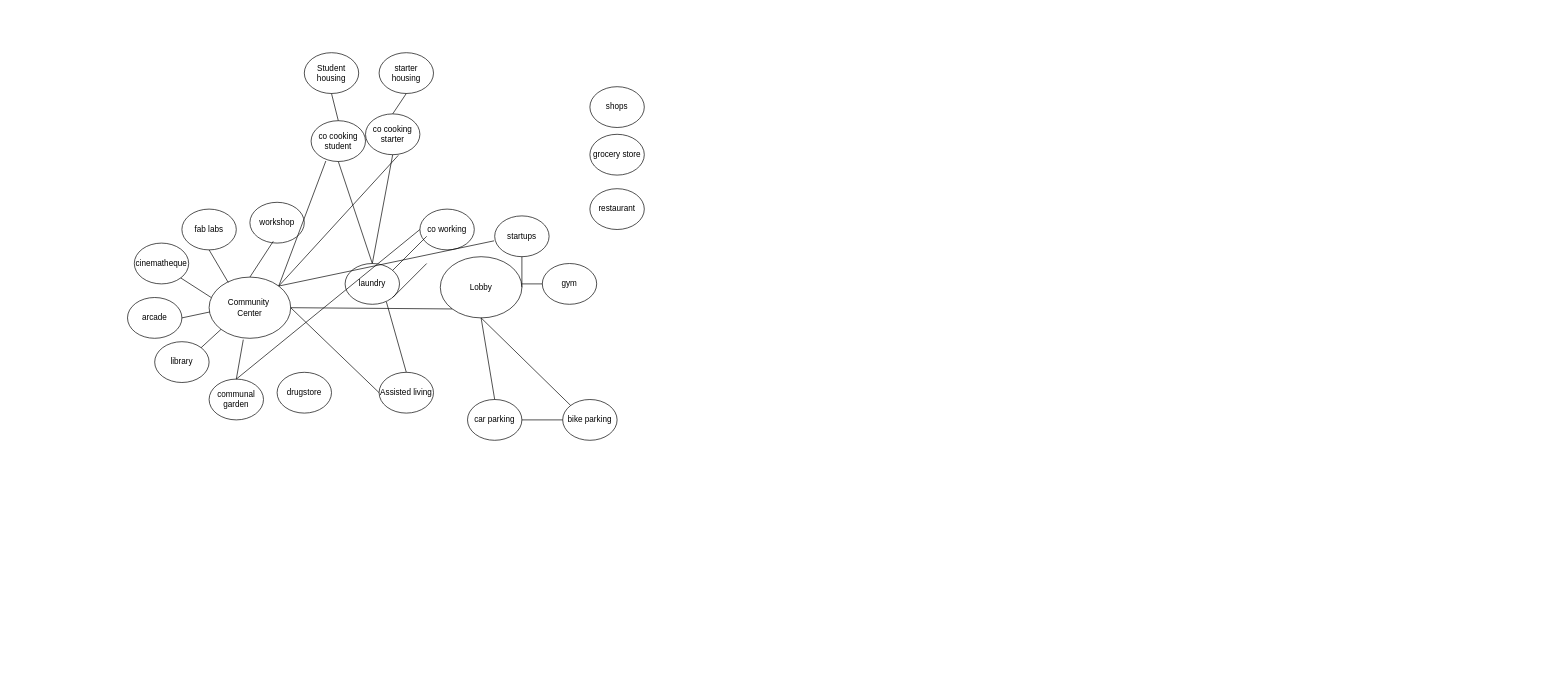
Before: pdf/Metro_diag.drawio in Demnity/spatial_computing, a draw.io diagram. Source tidied: cells renumbered, new cells numbered last; positions are measured from the earlier drawing's top-left corner, leaving out a move shared by most shapes. Both pictures are drawn from the tidied source at 68%, with x=0, y=0 at pixel (127, 52).
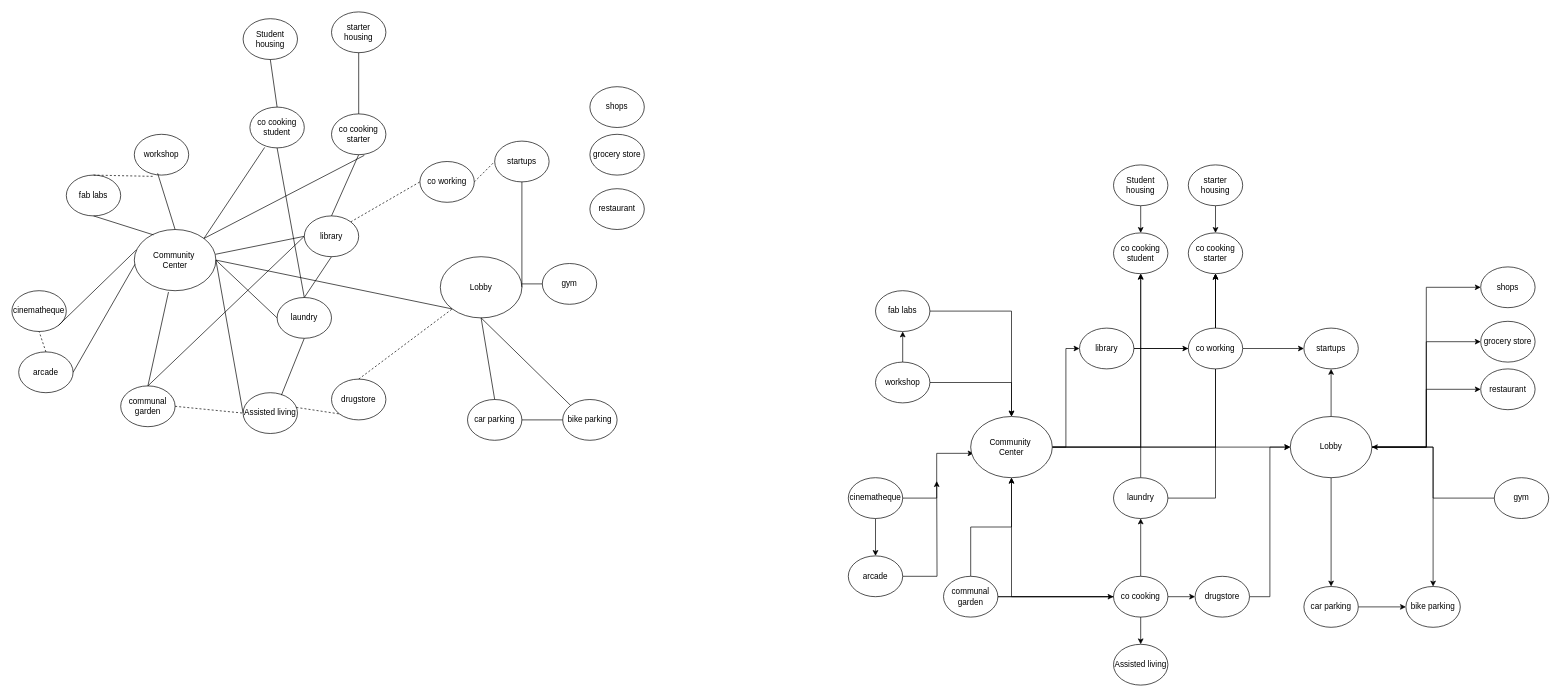
After the change.

Unchanged cells that the change refers to:
```xml
<mxCell id="22" value="Lobby" style="ellipse;whiteSpace=wrap;html=1;" parent="1" vertex="1">
  <mxGeometry x="460" y="300" width="120" height="90" as="geometry" />
</mxCell>
```

The edit, as a diff of the source:
```diff
@@
     <mxCell id="2" value="arcade" style="ellipse;whiteSpace=wrap;html=1;" parent="1" vertex="1">
-      <mxGeometry y="360" width="80" height="60" as="geometry" />
+      <mxGeometry x="-160" y="440" width="80" height="60" as="geometry" />
     </mxCell>
@@
     <mxCell id="4" value="workshop" style="ellipse;whiteSpace=wrap;html=1;" parent="1" vertex="1">
-      <mxGeometry x="180" y="220" width="80" height="60" as="geometry" />
+      <mxGeometry x="10" y="120" width="80" height="60" as="geometry" />
     </mxCell>
@@
     <mxCell id="7" value="Assisted living" style="ellipse;whiteSpace=wrap;html=1;" parent="1" vertex="1">
-      <mxGeometry x="370" y="470" width="80" height="60" as="geometry" />
+      <mxGeometry x="170" y="500" width="80" height="60" as="geometry" />
     </mxCell>
@@
     <mxCell id="9" value="fab labs" style="ellipse;whiteSpace=wrap;html=1;" parent="1" vertex="1">
-      <mxGeometry x="80" y="230" width="80" height="60" as="geometry" />
+      <mxGeometry x="-90" y="180" width="80" height="60" as="geometry" />
     </mxCell>
     <mxCell id="10" value="startups" style="ellipse;whiteSpace=wrap;html=1;" parent="1" vertex="1">
-      <mxGeometry x="540" y="240" width="80" height="60" as="geometry" />
+      <mxGeometry x="540" y="130" width="80" height="60" as="geometry" />
     </mxCell>
-    <mxCell id="11" value="library" style="ellipse;whiteSpace=wrap;html=1;" parent="1" vertex="1">
-      <mxGeometry x="40" y="425" width="80" height="60" as="geometry" />
-    </mxCell>
     <mxCell id="12" value="cinematheque" style="ellipse;whiteSpace=wrap;html=1;" parent="1" vertex="1">
-      <mxGeometry x="10" y="280" width="80" height="60" as="geometry" />
+      <mxGeometry x="-170" y="350" width="80" height="60" as="geometry" />
     </mxCell>
     <mxCell id="13" value="drugstore" style="ellipse;whiteSpace=wrap;html=1;" parent="1" vertex="1">
-      <mxGeometry x="220" y="470" width="80" height="60" as="geometry" />
+      <mxGeometry x="300" y="480" width="80" height="60" as="geometry" />
     </mxCell>
     <mxCell id="14" value="co cooking&lt;br&gt;starter" style="ellipse;whiteSpace=wrap;html=1;" parent="1" vertex="1">
-      <mxGeometry x="350" y="90" width="80" height="60" as="geometry" />
+      <mxGeometry x="300" y="90" width="80" height="60" as="geometry" />
     </mxCell>
     <mxCell id="15" value="Student housing" style="ellipse;whiteSpace=wrap;html=1;" parent="1" vertex="1">
-      <mxGeometry x="260" width="80" height="60" as="geometry" />
+      <mxGeometry x="170" y="-50" width="80" height="60" as="geometry" />
     </mxCell>
     <mxCell id="16" value="starter housing" style="ellipse;whiteSpace=wrap;html=1;" parent="1" vertex="1">
-      <mxGeometry x="370" width="80" height="60" as="geometry" />
+      <mxGeometry x="300" y="-60" width="80" height="60" as="geometry" />
     </mxCell>
@@
     <mxCell id="18" value="communal&lt;br&gt;garden" style="ellipse;whiteSpace=wrap;html=1;" parent="1" vertex="1">
-      <mxGeometry x="120" y="480" width="80" height="60" as="geometry" />
+      <mxGeometry x="-10" y="490" width="80" height="60" as="geometry" />
     </mxCell>
-    <mxCell id="19" value="co working" style="ellipse;whiteSpace=wrap;html=1;" parent="1" vertex="1">
-      <mxGeometry x="430" y="230" width="80" height="60" as="geometry" />
-    </mxCell>
@@
     <mxCell id="21" value="Community&amp;nbsp;&lt;br&gt;Center" style="ellipse;whiteSpace=wrap;html=1;" parent="1" vertex="1">
-      <mxGeometry x="120" y="330" width="120" height="90" as="geometry" />
+      <mxGeometry x="10" y="260" width="120" height="90" as="geometry" />
     </mxCell>
@@
     <mxCell id="23" value="co cooking&lt;br&gt;student" style="ellipse;whiteSpace=wrap;html=1;" parent="1" vertex="1">
-      <mxGeometry x="270" y="100" width="80" height="60" as="geometry" />
+      <mxGeometry x="180" y="80" width="80" height="60" as="geometry" />
     </mxCell>
@@
-    <mxCell id="28" value="laundry" style="ellipse;whiteSpace=wrap;html=1;" parent="1" vertex="1">
-      <mxGeometry x="320" y="310" width="80" height="60" as="geometry" />
-    </mxCell>
@@
-    <mxCell id="31" style="endArrow=none;html=1;rounded=0;entryX=0.5;entryY=0;entryDx=0;entryDy=0;exitX=0.759;exitY=0.941;exitDx=0;exitDy=0;exitPerimeter=0;" parent="1" edge="1" source="28" target="7">
+    <mxCell id="31" style="endArrow=none;html=1;rounded=0;entryX=0.704;entryY=0.061;entryDx=0;entryDy=0;exitX=0.5;exitY=1;exitDx=0;exitDy=0;entryPerimeter=0;" parent="1" edge="1" source="28" target="7">
       <mxGeometry relative="1" as="geometry" />
     </mxCell>
@@
-    <mxCell id="33" style="endArrow=none;html=1;rounded=0;entryX=0.5;entryY=1;entryDx=0;entryDy=0;exitX=0.5;exitY=0;exitDx=0;exitDy=0;" parent="1" edge="1" source="28" target="14">
+    <mxCell id="33" style="endArrow=none;html=1;rounded=0;entryX=0.5;entryY=1;entryDx=0;entryDy=0;exitX=0.5;exitY=0;exitDx=0;exitDy=0;startArrow=none;" parent="1" edge="1" source="11" target="14">
       <mxGeometry relative="1" as="geometry" />
     </mxCell>
@@
-    <mxCell id="36" style="endArrow=none;html=1;rounded=0;entryX=0;entryY=0.5;entryDx=0;entryDy=0;exitX=0.5;exitY=0;exitDx=0;exitDy=0;" parent="1" edge="1" source="18" target="19">
-      <mxGeometry relative="1" as="geometry" />
-    </mxCell>
-    <mxCell id="37" style="endArrow=none;html=1;rounded=0;" parent="1" edge="1">
-      <mxGeometry relative="1" as="geometry">
-        <mxPoint x="390" y="320" as="sourcePoint" />
-        <mxPoint x="440" y="270" as="targetPoint" />
-      </mxGeometry>
-    </mxCell>
@@
-    <mxCell id="41" style="endArrow=none;html=1;rounded=0;entryX=1;entryY=0;entryDx=0;entryDy=0;exitX=0;exitY=1;exitDx=0;exitDy=0;" parent="1" edge="1" source="21" target="11">
+    <mxCell id="41" style="endArrow=none;html=1;rounded=0;exitX=0.995;exitY=0.405;exitDx=0;exitDy=0;entryX=0;entryY=0.5;entryDx=0;entryDy=0;startArrow=none;exitPerimeter=0;" parent="1" edge="1" source="21" target="11">
       <mxGeometry relative="1" as="geometry" />
     </mxCell>
@@
-    <mxCell id="44" style="endArrow=none;html=1;rounded=0;exitX=1;exitY=0;exitDx=0;exitDy=0;entryX=-0.012;entryY=0.611;entryDx=0;entryDy=0;entryPerimeter=0;" parent="1" edge="1" source="21" target="10">
-      <mxGeometry relative="1" as="geometry" />
-    </mxCell>
@@
-    <mxCell id="48" style="endArrow=none;html=1;rounded=0;" parent="1" edge="1">
-      <mxGeometry relative="1" as="geometry">
-        <mxPoint x="390" y="360" as="sourcePoint" />
-        <mxPoint x="440" y="310" as="targetPoint" />
-      </mxGeometry>
-    </mxCell>
+    <mxCell id="49" style="endArrow=none;dashed=1;html=1;rounded=0;exitX=0.979;exitY=0.361;exitDx=0;exitDy=0;exitPerimeter=0;entryX=0;entryY=1;entryDx=0;entryDy=0;" parent="1" edge="1" source="7" target="13">
+      <mxGeometry relative="1" as="geometry" />
+    </mxCell>
+    <mxCell id="50" style="endArrow=none;dashed=1;html=1;rounded=0;entryX=0;entryY=1;entryDx=0;entryDy=0;exitX=0.5;exitY=0;exitDx=0;exitDy=0;" parent="1" edge="1" source="13" target="22">
+      <mxGeometry relative="1" as="geometry" />
+    </mxCell>
+    <mxCell id="51" style="endArrow=none;dashed=1;html=1;rounded=0;entryX=0.5;entryY=1;entryDx=0;entryDy=0;exitX=0.5;exitY=0;exitDx=0;exitDy=0;" parent="1" edge="1" source="2" target="12">
+      <mxGeometry relative="1" as="geometry" />
+    </mxCell>
+    <mxCell id="52" style="endArrow=none;dashed=1;html=1;rounded=0;entryX=0;entryY=0.5;entryDx=0;entryDy=0;exitX=1;exitY=0.5;exitDx=0;exitDy=0;" parent="1" edge="1" source="18" target="7">
+      <mxGeometry relative="1" as="geometry" />
+    </mxCell>
+    <mxCell id="53" style="endArrow=none;dashed=1;html=1;rounded=0;entryX=0;entryY=0.5;entryDx=0;entryDy=0;exitX=1;exitY=0.5;exitDx=0;exitDy=0;" parent="1" edge="1" source="19" target="10">
+      <mxGeometry relative="1" as="geometry" />
+    </mxCell>
+    <mxCell id="54" style="endArrow=none;dashed=1;html=1;rounded=0;entryX=0;entryY=0.5;entryDx=0;entryDy=0;exitX=1;exitY=0;exitDx=0;exitDy=0;" parent="1" edge="1" source="11" target="19">
+      <mxGeometry relative="1" as="geometry" />
+    </mxCell>
+    <mxCell id="28" value="laundry" style="ellipse;whiteSpace=wrap;html=1;" parent="1" vertex="1">
+      <mxGeometry x="220" y="360" width="80" height="60" as="geometry" />
+    </mxCell>
+    <mxCell id="55" style="endArrow=none;html=1;rounded=0;exitX=1;exitY=0.5;exitDx=0;exitDy=0;entryX=0;entryY=0.5;entryDx=0;entryDy=0;" parent="1" edge="1" source="21" target="28">
+      <mxGeometry relative="1" as="geometry" />
+    </mxCell>
+    <mxCell id="19" value="co working" style="ellipse;whiteSpace=wrap;html=1;" parent="1" vertex="1">
+      <mxGeometry x="430" y="160" width="80" height="60" as="geometry" />
+    </mxCell>
+    <mxCell id="56" style="endArrow=none;html=1;rounded=0;entryX=0;entryY=0.5;entryDx=0;entryDy=0;exitX=0.5;exitY=0;exitDx=0;exitDy=0;" parent="1" edge="1" source="18" target="11">
+      <mxGeometry relative="1" as="geometry" />
+    </mxCell>
+    <mxCell id="57" style="endArrow=none;dashed=1;html=1;rounded=0;exitX=0.5;exitY=0;exitDx=0;exitDy=0;entryX=0.374;entryY=1.032;entryDx=0;entryDy=0;entryPerimeter=0;" parent="1" edge="1" source="9" target="4">
+      <mxGeometry relative="1" as="geometry" />
+    </mxCell>
+    <mxCell id="11" value="library" style="ellipse;whiteSpace=wrap;html=1;" parent="1" vertex="1">
+      <mxGeometry x="260" y="240" width="80" height="60" as="geometry" />
+    </mxCell>
+    <mxCell id="58" style="endArrow=none;html=1;rounded=0;entryX=0.5;entryY=1;entryDx=0;entryDy=0;exitX=0.5;exitY=0;exitDx=0;exitDy=0;" parent="1" edge="1" source="28" target="11">
+      <mxGeometry relative="1" as="geometry" />
+    </mxCell>
+    <mxCell id="59" style="edgeStyle=orthogonalEdgeStyle;rounded=0;jettySize=auto;html=1;" parent="1" edge="1" source="60">
+      <mxGeometry relative="1" as="geometry">
+        <mxPoint x="1190" y="630" as="targetPoint" />
+      </mxGeometry>
+    </mxCell>
+    <mxCell id="60" value="arcade" style="ellipse;whiteSpace=wrap;html=1;" parent="1" vertex="1">
+      <mxGeometry x="1060" y="740" width="80" height="60" as="geometry" />
+    </mxCell>
+    <mxCell id="61" value="grocery store" style="ellipse;whiteSpace=wrap;html=1;" parent="1" vertex="1">
+      <mxGeometry x="1990" y="395" width="80" height="60" as="geometry" />
+    </mxCell>
+    <mxCell id="62" style="edgeStyle=orthogonalEdgeStyle;rounded=0;jettySize=auto;html=1;entryX=0.5;entryY=1;entryDx=0;entryDy=0;" parent="1" edge="1" source="64" target="71">
+      <mxGeometry relative="1" as="geometry" />
+    </mxCell>
+    <mxCell id="63" style="edgeStyle=orthogonalEdgeStyle;rounded=0;jettySize=auto;html=1;" parent="1" edge="1" source="64" target="93">
+      <mxGeometry relative="1" as="geometry" />
+    </mxCell>
+    <mxCell id="64" value="workshop" style="ellipse;whiteSpace=wrap;html=1;" parent="1" vertex="1">
+      <mxGeometry x="1100" y="455" width="80" height="60" as="geometry" />
+    </mxCell>
+    <mxCell id="65" value="restaurant" style="ellipse;whiteSpace=wrap;html=1;" parent="1" vertex="1">
+      <mxGeometry x="1990" y="465" width="80" height="60" as="geometry" />
+    </mxCell>
+    <mxCell id="66" value="bike parking" style="ellipse;whiteSpace=wrap;html=1;" parent="1" vertex="1">
+      <mxGeometry x="1880" y="785" width="80" height="60" as="geometry" />
+    </mxCell>
+    <mxCell id="67" style="edgeStyle=orthogonalEdgeStyle;rounded=0;jettySize=auto;html=1;entryX=0.5;entryY=1;entryDx=0;entryDy=0;" parent="1" edge="1" source="111" target="104">
+      <mxGeometry relative="1" as="geometry" />
+    </mxCell>
+    <mxCell id="68" style="edgeStyle=orthogonalEdgeStyle;rounded=0;jettySize=auto;html=1;" parent="1" edge="1" source="69" target="66">
+      <mxGeometry relative="1" as="geometry" />
+    </mxCell>
+    <mxCell id="69" value="car parking" style="ellipse;whiteSpace=wrap;html=1;" parent="1" vertex="1">
+      <mxGeometry x="1730" y="785" width="80" height="60" as="geometry" />
+    </mxCell>
+    <mxCell id="70" style="edgeStyle=orthogonalEdgeStyle;rounded=0;jettySize=auto;html=1;" parent="1" edge="1" source="71" target="93">
+      <mxGeometry relative="1" as="geometry" />
+    </mxCell>
+    <mxCell id="71" value="fab labs" style="ellipse;whiteSpace=wrap;html=1;" parent="1" vertex="1">
+      <mxGeometry x="1100" y="350" width="80" height="60" as="geometry" />
+    </mxCell>
+    <mxCell id="72" value="startups" style="ellipse;whiteSpace=wrap;html=1;" parent="1" vertex="1">
+      <mxGeometry x="1730" y="405" width="80" height="60" as="geometry" />
+    </mxCell>
+    <mxCell id="73" style="edgeStyle=orthogonalEdgeStyle;rounded=0;jettySize=auto;html=1;entryX=0.035;entryY=0.602;entryDx=0;entryDy=0;entryPerimeter=0;" parent="1" edge="1" source="75" target="93">
+      <mxGeometry relative="1" as="geometry" />
+    </mxCell>
+    <mxCell id="74" style="edgeStyle=orthogonalEdgeStyle;rounded=0;jettySize=auto;html=1;" parent="1" edge="1" source="75" target="60">
+      <mxGeometry relative="1" as="geometry" />
+    </mxCell>
+    <mxCell id="75" value="cinematheque" style="ellipse;whiteSpace=wrap;html=1;" parent="1" vertex="1">
+      <mxGeometry x="1060" y="625" width="80" height="60" as="geometry" />
+    </mxCell>
+    <mxCell id="76" style="edgeStyle=orthogonalEdgeStyle;rounded=0;jettySize=auto;html=1;entryX=0;entryY=0.5;entryDx=0;entryDy=0;" parent="1" edge="1" source="77" target="100">
+      <mxGeometry relative="1" as="geometry" />
+    </mxCell>
+    <mxCell id="77" value="drugstore" style="ellipse;whiteSpace=wrap;html=1;" parent="1" vertex="1">
+      <mxGeometry x="1570" y="770" width="80" height="60" as="geometry" />
+    </mxCell>
+    <mxCell id="78" value="co cooking&lt;br&gt;starter" style="ellipse;whiteSpace=wrap;html=1;" parent="1" vertex="1">
+      <mxGeometry x="1560" y="265" width="80" height="60" as="geometry" />
+    </mxCell>
+    <mxCell id="79" style="edgeStyle=orthogonalEdgeStyle;rounded=0;jettySize=auto;html=1;entryX=0.5;entryY=0;entryDx=0;entryDy=0;" parent="1" edge="1" source="80" target="101">
+      <mxGeometry relative="1" as="geometry" />
+    </mxCell>
+    <mxCell id="80" value="Student housing" style="ellipse;whiteSpace=wrap;html=1;" parent="1" vertex="1">
+      <mxGeometry x="1450" y="165" width="80" height="60" as="geometry" />
+    </mxCell>
+    <mxCell id="81" style="edgeStyle=orthogonalEdgeStyle;rounded=0;jettySize=auto;html=1;entryX=0.5;entryY=0;entryDx=0;entryDy=0;" parent="1" edge="1" source="82" target="78">
+      <mxGeometry relative="1" as="geometry" />
+    </mxCell>
+    <mxCell id="82" value="starter housing" style="ellipse;whiteSpace=wrap;html=1;" parent="1" vertex="1">
+      <mxGeometry x="1560" y="165" width="80" height="60" as="geometry" />
+    </mxCell>
+    <mxCell id="83" style="edgeStyle=orthogonalEdgeStyle;rounded=0;jettySize=auto;html=1;" parent="1" edge="1" source="84" target="100">
+      <mxGeometry relative="1" as="geometry" />
+    </mxCell>
+    <mxCell id="84" value="gym" style="ellipse;whiteSpace=wrap;html=1;" parent="1" vertex="1">
+      <mxGeometry x="2010" y="625" width="80" height="60" as="geometry" />
+    </mxCell>
+    <mxCell id="85" style="edgeStyle=orthogonalEdgeStyle;rounded=0;jettySize=auto;html=1;entryX=0;entryY=0.5;entryDx=0;entryDy=0;" parent="1" edge="1" source="87" target="111">
+      <mxGeometry relative="1" as="geometry" />
+    </mxCell>
+    <mxCell id="86" style="edgeStyle=orthogonalEdgeStyle;rounded=0;jettySize=auto;html=1;" parent="1" edge="1" source="87" target="93">
+      <mxGeometry relative="1" as="geometry" />
+    </mxCell>
+    <mxCell id="87" value="communal&lt;br&gt;garden" style="ellipse;whiteSpace=wrap;html=1;" parent="1" vertex="1">
+      <mxGeometry x="1200" y="770" width="80" height="60" as="geometry" />
+    </mxCell>
+    <mxCell id="88" value="shops" style="ellipse;whiteSpace=wrap;html=1;" parent="1" vertex="1">
+      <mxGeometry x="1990" y="315" width="80" height="60" as="geometry" />
+    </mxCell>
+    <mxCell id="89" style="edgeStyle=orthogonalEdgeStyle;rounded=0;jettySize=auto;html=1;" parent="1" edge="1" source="93" target="101">
+      <mxGeometry relative="1" as="geometry" />
+    </mxCell>
+    <mxCell id="90" style="edgeStyle=orthogonalEdgeStyle;rounded=0;jettySize=auto;html=1;entryX=0;entryY=0.5;entryDx=0;entryDy=0;" parent="1" edge="1" source="93" target="107">
+      <mxGeometry relative="1" as="geometry" />
+    </mxCell>
+    <mxCell id="91" style="edgeStyle=orthogonalEdgeStyle;rounded=0;jettySize=auto;html=1;" parent="1" edge="1" source="93" target="100">
+      <mxGeometry relative="1" as="geometry" />
+    </mxCell>
+    <mxCell id="92" style="edgeStyle=orthogonalEdgeStyle;rounded=0;jettySize=auto;html=1;" parent="1" edge="1" source="93" target="78">
+      <mxGeometry relative="1" as="geometry" />
+    </mxCell>
+    <mxCell id="93" value="Community&amp;nbsp;&lt;br&gt;Center" style="ellipse;whiteSpace=wrap;html=1;" parent="1" vertex="1">
+      <mxGeometry x="1240" y="535" width="120" height="90" as="geometry" />
+    </mxCell>
+    <mxCell id="94" style="edgeStyle=orthogonalEdgeStyle;rounded=0;jettySize=auto;html=1;" parent="1" edge="1" source="100" target="69">
+      <mxGeometry relative="1" as="geometry" />
+    </mxCell>
+    <mxCell id="95" style="edgeStyle=orthogonalEdgeStyle;rounded=0;jettySize=auto;html=1;" parent="1" edge="1" source="100" target="66">
+      <mxGeometry relative="1" as="geometry" />
+    </mxCell>
+    <mxCell id="96" style="edgeStyle=orthogonalEdgeStyle;rounded=0;jettySize=auto;html=1;" parent="1" edge="1" source="100" target="72">
+      <mxGeometry relative="1" as="geometry" />
+    </mxCell>
+    <mxCell id="97" style="edgeStyle=orthogonalEdgeStyle;rounded=0;jettySize=auto;html=1;entryX=0;entryY=0.5;entryDx=0;entryDy=0;" parent="1" edge="1" source="100" target="65">
+      <mxGeometry relative="1" as="geometry" />
+    </mxCell>
+    <mxCell id="98" style="edgeStyle=orthogonalEdgeStyle;rounded=0;jettySize=auto;html=1;entryX=0;entryY=0.5;entryDx=0;entryDy=0;" parent="1" edge="1" source="100" target="61">
+      <mxGeometry relative="1" as="geometry" />
+    </mxCell>
+    <mxCell id="99" style="edgeStyle=orthogonalEdgeStyle;rounded=0;jettySize=auto;html=1;entryX=0;entryY=0.5;entryDx=0;entryDy=0;" parent="1" edge="1" source="100" target="88">
+      <mxGeometry relative="1" as="geometry" />
+    </mxCell>
+    <mxCell id="100" value="Lobby" style="ellipse;whiteSpace=wrap;html=1;" parent="1" vertex="1">
+      <mxGeometry x="1710" y="535" width="120" height="90" as="geometry" />
+    </mxCell>
+    <mxCell id="101" value="co cooking&lt;br&gt;student" style="ellipse;whiteSpace=wrap;html=1;" parent="1" vertex="1">
+      <mxGeometry x="1450" y="265" width="80" height="60" as="geometry" />
+    </mxCell>
+    <mxCell id="102" style="edgeStyle=orthogonalEdgeStyle;rounded=0;jettySize=auto;html=1;" parent="1" edge="1" source="104" target="101">
+      <mxGeometry relative="1" as="geometry" />
+    </mxCell>
+    <mxCell id="103" style="edgeStyle=orthogonalEdgeStyle;rounded=0;jettySize=auto;html=1;" parent="1" edge="1" source="104" target="78">
+      <mxGeometry relative="1" as="geometry" />
+    </mxCell>
+    <mxCell id="104" value="laundry" style="ellipse;whiteSpace=wrap;html=1;" parent="1" vertex="1">
+      <mxGeometry x="1450" y="625" width="80" height="60" as="geometry" />
+    </mxCell>
+    <mxCell id="105" style="edgeStyle=orthogonalEdgeStyle;rounded=0;jettySize=auto;html=1;entryX=0;entryY=0.5;entryDx=0;entryDy=0;" parent="1" edge="1" source="107" target="114">
+      <mxGeometry relative="1" as="geometry" />
+    </mxCell>
+    <mxCell id="106" style="edgeStyle=orthogonalEdgeStyle;rounded=0;jettySize=auto;html=1;startArrow=none;" parent="1" edge="1" source="114" target="78">
+      <mxGeometry relative="1" as="geometry" />
+    </mxCell>
+    <mxCell id="107" value="library" style="ellipse;whiteSpace=wrap;html=1;" parent="1" vertex="1">
+      <mxGeometry x="1400" y="405" width="80" height="60" as="geometry" />
+    </mxCell>
+    <mxCell id="108" style="edgeStyle=orthogonalEdgeStyle;rounded=0;jettySize=auto;html=1;" parent="1" edge="1" source="111" target="93">
+      <mxGeometry relative="1" as="geometry" />
+    </mxCell>
+    <mxCell id="109" style="edgeStyle=orthogonalEdgeStyle;rounded=0;jettySize=auto;html=1;" parent="1" edge="1" source="111" target="77">
+      <mxGeometry relative="1" as="geometry" />
+    </mxCell>
+    <mxCell id="110" style="edgeStyle=orthogonalEdgeStyle;rounded=0;jettySize=auto;html=1;" parent="1" edge="1" source="111" target="116">
+      <mxGeometry relative="1" as="geometry" />
+    </mxCell>
+    <mxCell id="111" value="co cooking" style="ellipse;whiteSpace=wrap;html=1;" parent="1" vertex="1">
+      <mxGeometry x="1450" y="770" width="80" height="60" as="geometry" />
+    </mxCell>
+    <mxCell id="112" style="edgeStyle=orthogonalEdgeStyle;rounded=0;jettySize=auto;html=1;endArrow=none;" parent="1" edge="1" source="87" target="111">
+      <mxGeometry relative="1" as="geometry" />
+    </mxCell>
+    <mxCell id="113" style="edgeStyle=orthogonalEdgeStyle;rounded=0;jettySize=auto;html=1;" parent="1" edge="1" source="114" target="72">
+      <mxGeometry relative="1" as="geometry" />
+    </mxCell>
+    <mxCell id="114" value="co working" style="ellipse;whiteSpace=wrap;html=1;" parent="1" vertex="1">
+      <mxGeometry x="1560" y="405" width="80" height="60" as="geometry" />
+    </mxCell>
+    <mxCell id="115" style="edgeStyle=orthogonalEdgeStyle;rounded=0;jettySize=auto;html=1;endArrow=none;" parent="1" edge="1" source="107" target="114">
+      <mxGeometry relative="1" as="geometry" />
+    </mxCell>
+    <mxCell id="116" value="Assisted living" style="ellipse;whiteSpace=wrap;html=1;" parent="1" vertex="1">
+      <mxGeometry x="1450" y="870" width="80" height="60" as="geometry" />
+    </mxCell>
```
